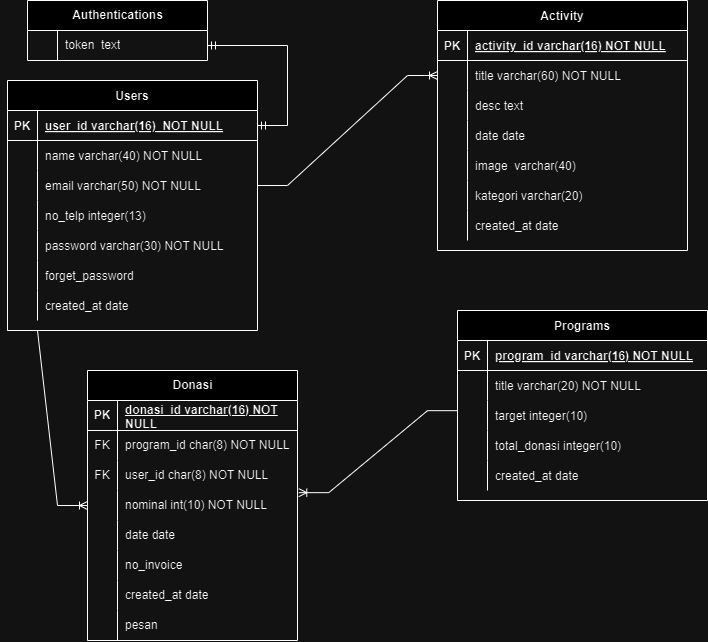
Before: image/ERD Donasi.png, a diagram exported from draw.io (Arifalhakimi/latihan_panti-asuhan_Donasi). Source tidied: cells renumbered, new cells last; positions are measured from the earlier drawing's top-left corner, leaving out a move shared by most shapes.
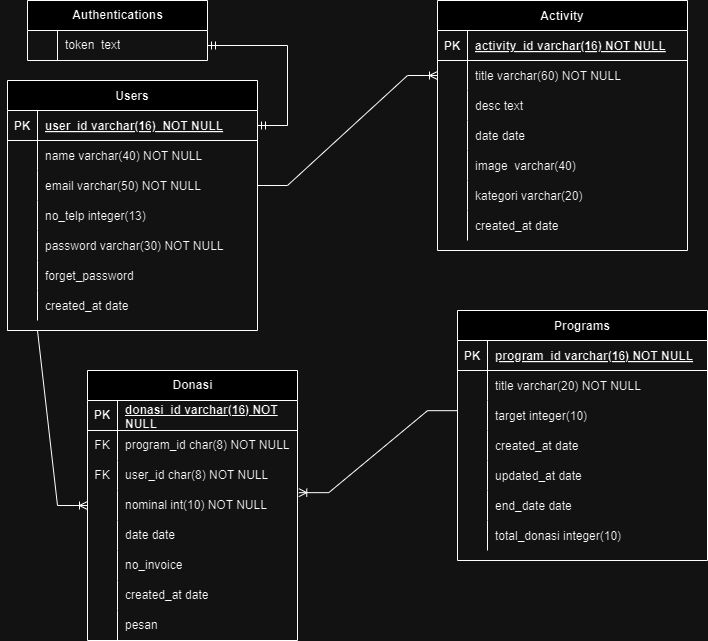
Above is the later version.

Commit message:
menyediakan service, validasi data program, merubah erd

Change to the diagram source:
```diff
@@ -69,7 +69,7 @@
       <mxGeometry x="30" width="220" height="30" as="geometry" />
     </mxCell>
     <mxCell id="24" value="Programs" style="shape=table;startSize=30;rowLines=0;fontStyle=1;align=center;" parent="1" vertex="1">
-      <mxGeometry x="510" y="330" width="250" height="190" as="geometry" />
+      <mxGeometry x="510" y="330" width="250" height="250" as="geometry" />
     </mxCell>
     <mxCell id="25" style="shape=partialRectangle;fillColor=none;top=0;left=0;right=0;bottom=1;" parent="24" vertex="1">
       <mxGeometry y="30" width="250" height="30" as="geometry" />
@@ -98,8 +98,35 @@
     <mxCell id="33" value="target integer(10) " style="shape=partialRectangle;overflow=hidden;fillColor=none;top=0;left=0;bottom=0;right=0;align=left;spacingLeft=6;" parent="31" vertex="1">
       <mxGeometry x="30" width="220" height="30" as="geometry" />
     </mxCell>
+    <mxCell id="37" style="shape=partialRectangle;fillColor=none;top=0;left=0;right=0;bottom=0;" parent="24" vertex="1">
+      <mxGeometry y="120" width="250" height="30" as="geometry" />
+    </mxCell>
+    <mxCell id="38" style="shape=partialRectangle;overflow=hidden;fillColor=none;top=0;left=0;bottom=0;right=0;" parent="37" vertex="1">
+      <mxGeometry width="30" height="30" as="geometry" />
+    </mxCell>
+    <mxCell id="39" value="created_at date" style="shape=partialRectangle;overflow=hidden;fillColor=none;top=0;left=0;bottom=0;right=0;align=left;spacingLeft=6;" parent="37" vertex="1">
+      <mxGeometry x="30" width="220" height="30" as="geometry" />
+    </mxCell>
+    <mxCell id="95" style="shape=partialRectangle;fillColor=none;top=0;left=0;right=0;bottom=0;" parent="24" vertex="1">
+      <mxGeometry y="150" width="250" height="30" as="geometry" />
+    </mxCell>
+    <mxCell id="96" style="shape=partialRectangle;overflow=hidden;fillColor=none;top=0;left=0;bottom=0;right=0;" parent="95" vertex="1">
+      <mxGeometry width="30" height="30" as="geometry" />
+    </mxCell>
+    <mxCell id="97" value="updated_at date" style="shape=partialRectangle;overflow=hidden;fillColor=none;top=0;left=0;bottom=0;right=0;align=left;spacingLeft=6;" parent="95" vertex="1">
+      <mxGeometry x="30" width="220" height="30" as="geometry" />
+    </mxCell>
+    <mxCell id="98" style="shape=partialRectangle;fillColor=none;top=0;left=0;right=0;bottom=0;" parent="24" vertex="1">
+      <mxGeometry y="180" width="250" height="30" as="geometry" />
+    </mxCell>
+    <mxCell id="99" style="shape=partialRectangle;overflow=hidden;fillColor=none;top=0;left=0;bottom=0;right=0;" parent="98" vertex="1">
+      <mxGeometry width="30" height="30" as="geometry" />
+    </mxCell>
+    <mxCell id="100" value="end_date date" style="shape=partialRectangle;overflow=hidden;fillColor=none;top=0;left=0;bottom=0;right=0;align=left;spacingLeft=6;" parent="98" vertex="1">
+      <mxGeometry x="30" width="220" height="30" as="geometry" />
+    </mxCell>
     <mxCell id="34" style="shape=partialRectangle;fillColor=none;top=0;left=0;right=0;bottom=0;" parent="24" vertex="1">
-      <mxGeometry y="120" width="250" height="30" as="geometry" />
+      <mxGeometry y="210" width="250" height="30" as="geometry" />
     </mxCell>
     <mxCell id="35" style="shape=partialRectangle;overflow=hidden;fillColor=none;top=0;left=0;bottom=0;right=0;" parent="34" vertex="1">
       <mxGeometry width="30" height="30" as="geometry" />
@@ -107,15 +134,6 @@
     <mxCell id="36" value="total_donasi integer(10)" style="shape=partialRectangle;overflow=hidden;fillColor=none;top=0;left=0;bottom=0;right=0;align=left;spacingLeft=6;" parent="34" vertex="1">
       <mxGeometry x="30" width="220" height="30" as="geometry" />
     </mxCell>
-    <mxCell id="37" style="shape=partialRectangle;fillColor=none;top=0;left=0;right=0;bottom=0;" parent="24" vertex="1">
-      <mxGeometry y="150" width="250" height="30" as="geometry" />
-    </mxCell>
-    <mxCell id="38" style="shape=partialRectangle;overflow=hidden;fillColor=none;top=0;left=0;bottom=0;right=0;" parent="37" vertex="1">
-      <mxGeometry width="30" height="30" as="geometry" />
-    </mxCell>
-    <mxCell id="39" value="created_at date" style="shape=partialRectangle;overflow=hidden;fillColor=none;top=0;left=0;bottom=0;right=0;align=left;spacingLeft=6;" parent="37" vertex="1">
-      <mxGeometry x="30" width="220" height="30" as="geometry" />
-    </mxCell>
     <mxCell id="40" value="Users" style="shape=table;startSize=30;rowLines=0;fontStyle=1;align=center;" parent="1" vertex="1">
       <mxGeometry x="60" y="100" width="250" height="250" as="geometry" />
     </mxCell>
```
